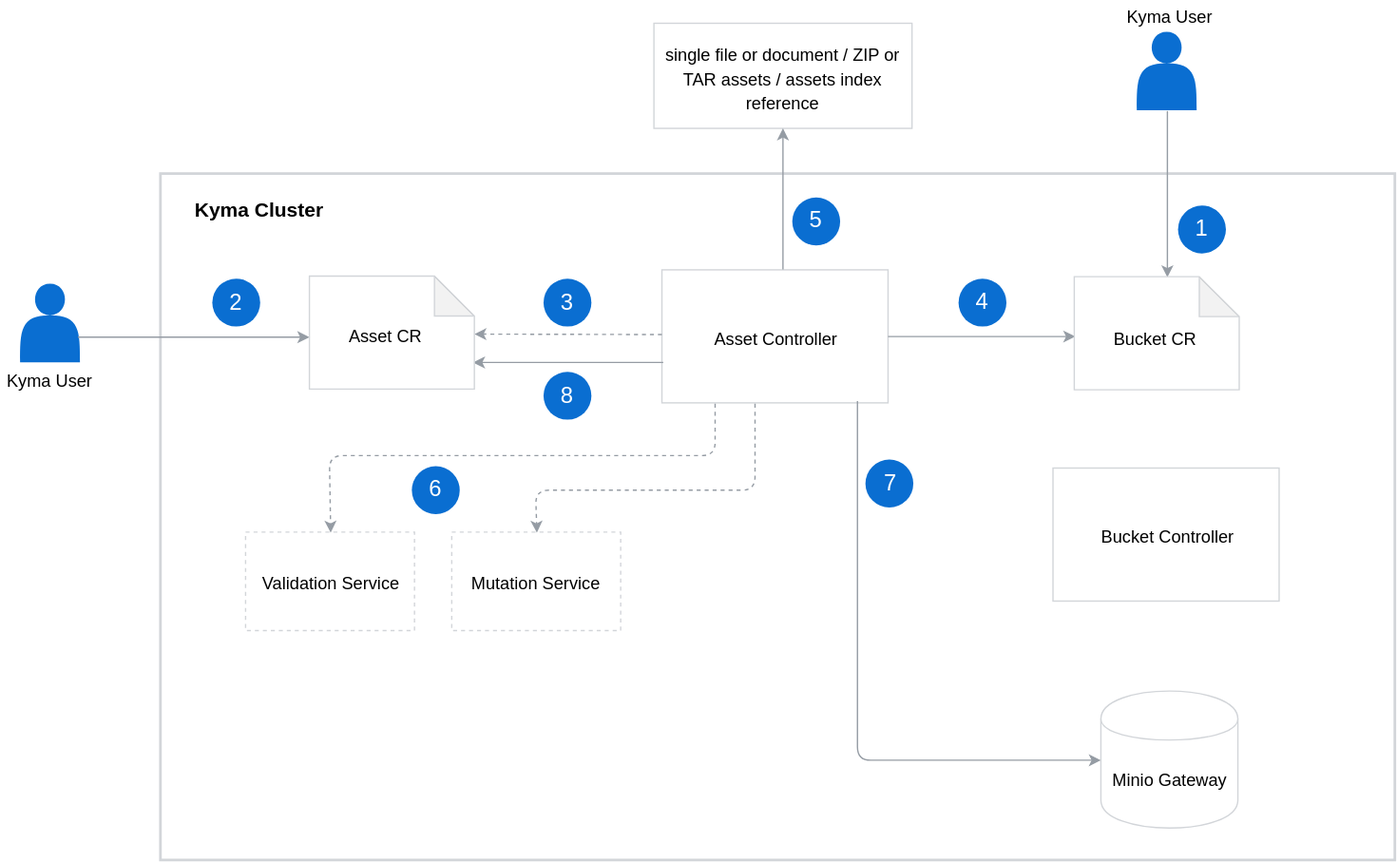
This is static/documentation/master/components/asset-store/assets/asset-store-architecture.svg from kyma-project/website, a draw.io export, as it was before one commit. Source tidied: cells renumbered, new cells last; positions are measured from the earlier drawing's top-left corner, leaving out a move shared by most shapes.
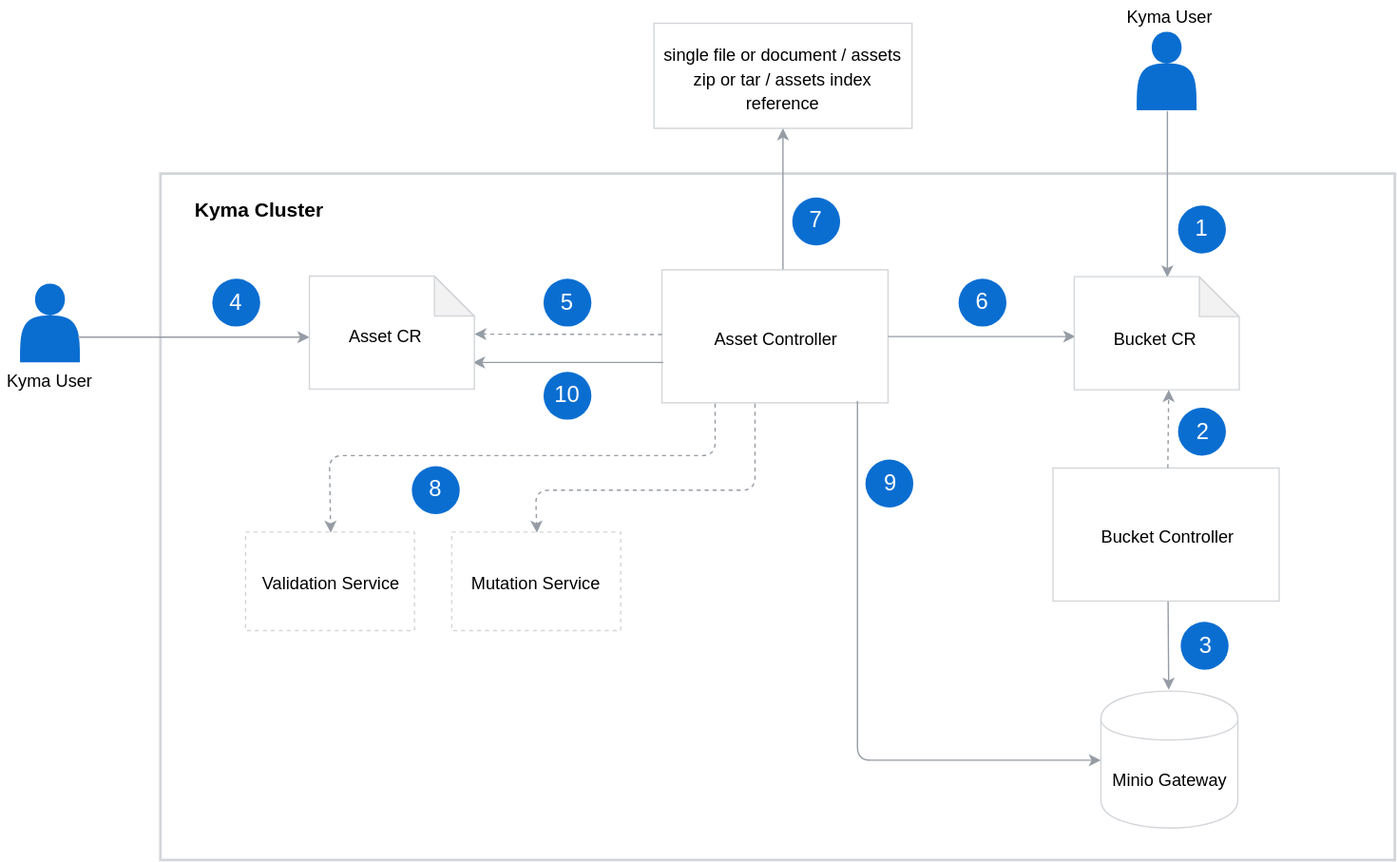
After the change.

The edit, as a diff of the source:
```diff
@@ -98,10 +98,10 @@
     <mxCell id="24" style="ellipse;whiteSpace=wrap;html=1;labelBackgroundColor=none;strokeColor=none;strokeWidth=1;fillColor=#0A6ED1;gradientColor=none;fontFamily=Helvetica;fontSize=15;fontColor=#000000;" parent="1" vertex="1">
       <mxGeometry x="650" y="345" width="36" height="36" as="geometry" />
     </mxCell>
-    <mxCell id="25" value="&lt;font style=&quot;font-size: 17px&quot; color=&quot;#ffffff&quot;&gt;7&lt;/font&gt;" style="text;html=1;strokeColor=none;fillColor=none;align=center;verticalAlign=middle;whiteSpace=wrap;rounded=0;labelBackgroundColor=none;fontFamily=Helvetica;fontSize=15;fontColor=#000000;" parent="1" vertex="1">
+    <mxCell id="25" value="&lt;font style=&quot;font-size: 17px&quot; color=&quot;#ffffff&quot;&gt;9&lt;/font&gt;" style="text;html=1;strokeColor=none;fillColor=none;align=center;verticalAlign=middle;whiteSpace=wrap;rounded=0;labelBackgroundColor=none;fontFamily=Helvetica;fontSize=15;fontColor=#000000;" parent="1" vertex="1">
       <mxGeometry x="661" y="356.5" width="16" height="13" as="geometry" />
     </mxCell>
-    <mxCell id="26" value="&lt;font style=&quot;font-size: 17px&quot; color=&quot;#ffffff&quot;&gt;4&lt;/font&gt;" style="text;html=1;strokeColor=none;fillColor=none;align=center;verticalAlign=middle;whiteSpace=wrap;rounded=0;labelBackgroundColor=none;fontFamily=Helvetica;fontSize=15;fontColor=#000000;" parent="1" vertex="1">
+    <mxCell id="26" value="&lt;font style=&quot;font-size: 17px&quot; color=&quot;#ffffff&quot;&gt;6&lt;/font&gt;" style="text;html=1;strokeColor=none;fillColor=none;align=center;verticalAlign=middle;whiteSpace=wrap;rounded=0;labelBackgroundColor=none;fontFamily=Helvetica;fontSize=15;fontColor=#000000;" parent="1" vertex="1">
       <mxGeometry x="730" y="219" width="16" height="13" as="geometry" />
     </mxCell>
     <mxCell id="27" style="shape=actor;whiteSpace=wrap;html=1;strokeColor=none;strokeWidth=1;fillColor=#0A6ED1;gradientColor=none;fontFamily=Helvetica;fontSize=12;" parent="1" vertex="1">
@@ -121,16 +121,16 @@
     <mxCell id="31" value="&lt;font style=&quot;font-size: 17px&quot; color=&quot;#ffffff&quot;&gt;1&lt;/font&gt;" style="text;html=1;strokeColor=none;fillColor=none;align=center;verticalAlign=middle;whiteSpace=wrap;rounded=0;labelBackgroundColor=none;fontFamily=Helvetica;fontSize=15;fontColor=#000000;" parent="1" vertex="1">
       <mxGeometry x="895" y="164" width="16" height="13" as="geometry" />
     </mxCell>
-    <mxCell id="32" value="&lt;font style=&quot;font-size: 17px&quot; color=&quot;#ffffff&quot;&gt;3&lt;/font&gt;" style="text;html=1;strokeColor=none;fillColor=none;align=center;verticalAlign=middle;whiteSpace=wrap;rounded=0;labelBackgroundColor=none;fontFamily=Helvetica;fontSize=15;fontColor=#000000;" parent="1" vertex="1">
+    <mxCell id="32" value="&lt;font style=&quot;font-size: 17px&quot; color=&quot;#ffffff&quot;&gt;5&lt;/font&gt;" style="text;html=1;strokeColor=none;fillColor=none;align=center;verticalAlign=middle;whiteSpace=wrap;rounded=0;labelBackgroundColor=none;fontFamily=Helvetica;fontSize=15;fontColor=#000000;" parent="1" vertex="1">
       <mxGeometry x="418" y="220" width="16" height="13" as="geometry" />
     </mxCell>
-    <mxCell id="33" value="&lt;font style=&quot;font-size: 17px&quot; color=&quot;#ffffff&quot;&gt;5&lt;/font&gt;" style="text;html=1;strokeColor=none;fillColor=none;align=center;verticalAlign=middle;whiteSpace=wrap;rounded=0;labelBackgroundColor=none;fontFamily=Helvetica;fontSize=15;fontColor=#000000;" parent="1" vertex="1">
+    <mxCell id="33" value="&lt;font style=&quot;font-size: 17px&quot; color=&quot;#ffffff&quot;&gt;7&lt;/font&gt;" style="text;html=1;strokeColor=none;fillColor=none;align=center;verticalAlign=middle;whiteSpace=wrap;rounded=0;labelBackgroundColor=none;fontFamily=Helvetica;fontSize=15;fontColor=#000000;" parent="1" vertex="1">
       <mxGeometry x="605" y="158.5" width="16" height="13" as="geometry" />
     </mxCell>
-    <mxCell id="34" value="&lt;font style=&quot;font-size: 17px&quot; color=&quot;#ffffff&quot;&gt;6&lt;/font&gt;" style="text;html=1;strokeColor=none;fillColor=none;align=center;verticalAlign=middle;whiteSpace=wrap;rounded=0;labelBackgroundColor=none;fontFamily=Helvetica;fontSize=15;fontColor=#000000;" parent="1" vertex="1">
+    <mxCell id="34" value="&lt;font style=&quot;font-size: 17px&quot; color=&quot;#ffffff&quot;&gt;8&lt;/font&gt;" style="text;html=1;strokeColor=none;fillColor=none;align=center;verticalAlign=middle;whiteSpace=wrap;rounded=0;labelBackgroundColor=none;fontFamily=Helvetica;fontSize=15;fontColor=#000000;" parent="1" vertex="1">
       <mxGeometry x="319" y="360" width="16" height="13" as="geometry" />
     </mxCell>
-    <mxCell id="35" value="&lt;font style=&quot;font-size: 17px&quot; color=&quot;#ffffff&quot;&gt;2&lt;/font&gt;" style="text;html=1;strokeColor=none;fillColor=none;align=center;verticalAlign=middle;whiteSpace=wrap;rounded=0;labelBackgroundColor=none;fontFamily=Helvetica;fontSize=15;fontColor=#000000;" parent="1" vertex="1">
+    <mxCell id="35" value="&lt;font style=&quot;font-size: 17px&quot; color=&quot;#ffffff&quot;&gt;4&lt;/font&gt;" style="text;html=1;strokeColor=none;fillColor=none;align=center;verticalAlign=middle;whiteSpace=wrap;rounded=0;labelBackgroundColor=none;fontFamily=Helvetica;fontSize=15;fontColor=#000000;" parent="1" vertex="1">
       <mxGeometry x="169" y="220" width="16" height="13" as="geometry" />
     </mxCell>
     <mxCell id="36" style="endArrow=classic;html=1;strokeColor=#959CA4;strokeWidth=1;fontFamily=Helvetica;fontSize=15;fontColor=#000000;entryX=1;entryY=0.75;entryDx=0;entryDy=0;" parent="1" edge="1">
@@ -142,8 +142,8 @@
     <mxCell id="37" style="ellipse;whiteSpace=wrap;html=1;labelBackgroundColor=none;strokeColor=none;strokeWidth=1;fillColor=#0A6ED1;gradientColor=none;fontFamily=Helvetica;fontSize=15;fontColor=#000000;" parent="1" vertex="1">
       <mxGeometry x="408" y="279" width="36" height="36" as="geometry" />
     </mxCell>
-    <mxCell id="38" value="&lt;font style=&quot;font-size: 17px&quot; color=&quot;#ffffff&quot;&gt;8&lt;/font&gt;" style="text;html=1;strokeColor=none;fillColor=none;align=center;verticalAlign=middle;whiteSpace=wrap;rounded=0;labelBackgroundColor=none;fontFamily=Helvetica;fontSize=15;fontColor=#000000;" parent="1" vertex="1">
-      <mxGeometry x="418" y="290.5" width="16" height="13" as="geometry" />
+    <mxCell id="38" value="&lt;font style=&quot;font-size: 17px&quot; color=&quot;#ffffff&quot;&gt;10&lt;/font&gt;" style="text;html=1;strokeColor=none;fillColor=none;align=center;verticalAlign=middle;whiteSpace=wrap;rounded=0;labelBackgroundColor=none;fontFamily=Helvetica;fontSize=15;fontColor=#000000;" parent="1" vertex="1">
+      <mxGeometry x="417" y="289.5" width="16" height="13" as="geometry" />
     </mxCell>
     <mxCell id="39" style="shape=note;whiteSpace=wrap;html=1;backgroundOutline=1;darkOpacity=0.05;strokeColor=#D2D5D9;" parent="1" vertex="1">
       <mxGeometry x="232" y="207" width="124" height="85" as="geometry" />
@@ -157,5 +157,29 @@
     <mxCell id="42" value="&lt;font style=&quot;font-size: 13px&quot;&gt;Bucket CR&lt;/font&gt;" style="text;html=1;" parent="1" vertex="1">
       <mxGeometry x="835" y="239.5" width="49" height="24" as="geometry" />
     </mxCell>
+    <mxCell id="43" style="endArrow=classic;html=1;strokeColor=#959CA4;strokeWidth=1;fontFamily=Helvetica;fontSize=15;fontColor=#000000;" parent="1" edge="1">
+      <mxGeometry relative="1" as="geometry">
+        <mxPoint x="877.5" y="451.5" as="sourcePoint" />
+        <mxPoint x="878" y="518" as="targetPoint" />
+      </mxGeometry>
+    </mxCell>
+    <mxCell id="44" style="endArrow=classic;html=1;strokeColor=#959CA4;strokeWidth=1;fontFamily=Helvetica;fontSize=15;fontColor=#000000;dashed=1;exitX=0.5;exitY=0;exitDx=0;exitDy=0;entryX=0.564;entryY=1.005;entryDx=0;entryDy=0;entryPerimeter=0;" parent="1" edge="1">
+      <mxGeometry relative="1" as="geometry">
+        <mxPoint x="877.3" y="351.3" as="sourcePoint" />
+        <mxPoint x="878" y="292.7" as="targetPoint" />
+      </mxGeometry>
+    </mxCell>
+    <mxCell id="45" style="ellipse;whiteSpace=wrap;html=1;labelBackgroundColor=none;strokeColor=none;strokeWidth=1;fillColor=#0A6ED1;gradientColor=none;fontFamily=Helvetica;fontSize=15;fontColor=#000000;" parent="1" vertex="1">
+      <mxGeometry x="885.2" y="306" width="36" height="36" as="geometry" />
+    </mxCell>
+    <mxCell id="46" value="&lt;font style=&quot;font-size: 17px&quot; color=&quot;#ffffff&quot;&gt;2&lt;/font&gt;" style="text;html=1;strokeColor=none;fillColor=none;align=center;verticalAlign=middle;whiteSpace=wrap;rounded=0;labelBackgroundColor=none;fontFamily=Helvetica;fontSize=15;fontColor=#000000;" parent="1" vertex="1">
+      <mxGeometry x="895.7" y="317.5" width="16" height="13" as="geometry" />
+    </mxCell>
+    <mxCell id="47" style="ellipse;whiteSpace=wrap;html=1;labelBackgroundColor=none;strokeColor=none;strokeWidth=1;fillColor=#0A6ED1;gradientColor=none;fontFamily=Helvetica;fontSize=15;fontColor=#000000;" parent="1" vertex="1">
+      <mxGeometry x="886.7" y="467" width="36" height="36" as="geometry" />
+    </mxCell>
+    <mxCell id="48" value="&lt;font style=&quot;font-size: 17px&quot; color=&quot;#ffffff&quot;&gt;3&lt;/font&gt;" style="text;html=1;strokeColor=none;fillColor=none;align=center;verticalAlign=middle;whiteSpace=wrap;rounded=0;labelBackgroundColor=none;fontFamily=Helvetica;fontSize=15;fontColor=#000000;" parent="1" vertex="1">
+      <mxGeometry x="898.2" y="478.5" width="16" height="13" as="geometry" />
+    </mxCell>
   </root>
 </mxGraphModel>
```
